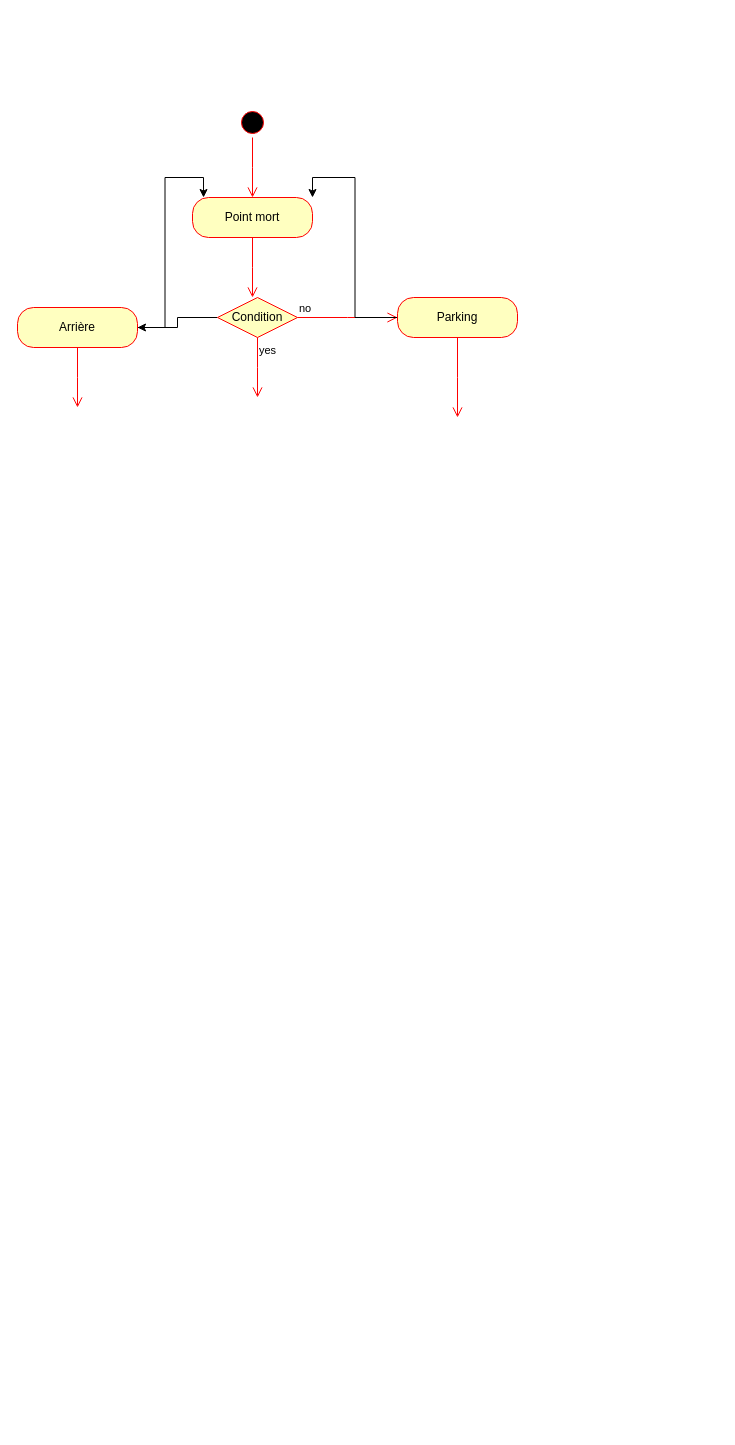
Before: Génie_SF7.drawio in Caporal6/Dump_Genie, a draw.io diagram. Source tidied: cells renumbered, new cells numbered last; positions are measured from the earlier drawing's top-left corner, leaving out a move shared by most shapes. Both pictures are drawn from the tidied source at 100%, with x=0, y=0 at pixel (17, 107).
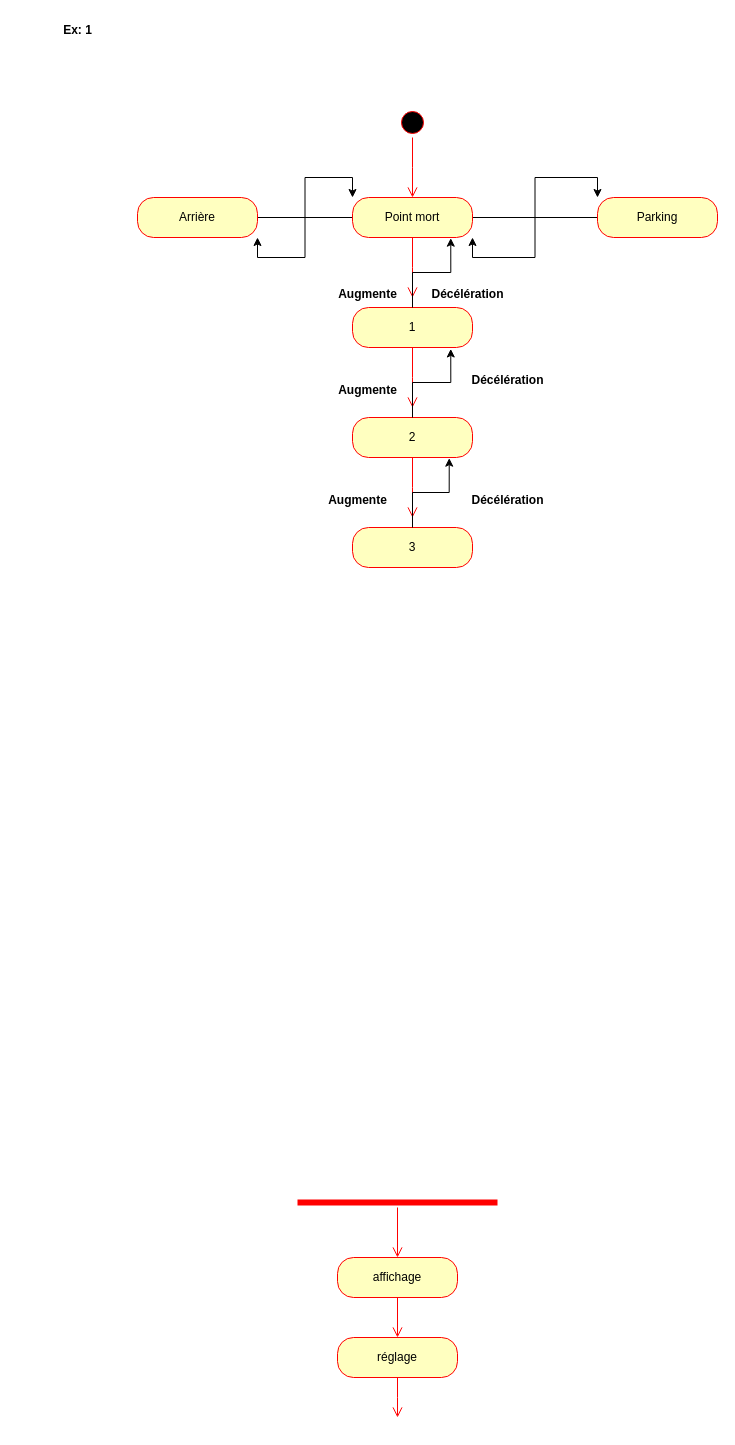
After the change.

Commit message (it also covers changes not shown here):
Mettre à jour Génie_SF7.drawio

Diff of the diagram source:
```diff
@@
     <mxCell id="2" style="ellipse;html=1;shape=startState;fillColor=#000000;strokeColor=#ff0000;" parent="1" vertex="1">
-      <mxGeometry x="220" width="30" height="30" as="geometry" />
+      <mxGeometry x="380" width="30" height="30" as="geometry" />
     </mxCell>
     <mxCell id="3" style="edgeStyle=orthogonalEdgeStyle;html=1;verticalAlign=bottom;endArrow=open;endSize=8;strokeColor=#ff0000;rounded=0;" parent="1" edge="1" source="2">
       <mxGeometry relative="1" as="geometry">
-        <mxPoint x="235" y="90" as="targetPoint" />
+        <mxPoint x="395" y="90" as="targetPoint" />
       </mxGeometry>
     </mxCell>
+    <mxCell id="16" style="edgeStyle=orthogonalEdgeStyle;rounded=0;jettySize=auto;html=1;entryX=1;entryY=1;entryDx=0;entryDy=0;" parent="1" edge="1" source="4" target="14">
+      <mxGeometry relative="1" as="geometry" />
+    </mxCell>
+    <mxCell id="17" style="edgeStyle=orthogonalEdgeStyle;rounded=0;jettySize=auto;html=1;entryX=0;entryY=0;entryDx=0;entryDy=0;" parent="1" edge="1" source="4" target="11">
+      <mxGeometry relative="1" as="geometry" />
+    </mxCell>
     <mxCell id="4" value="Point mort" style="rounded=1;whiteSpace=wrap;html=1;arcSize=40;fontColor=#000000;fillColor=#ffffc0;strokeColor=#ff0000;" parent="1" vertex="1">
-      <mxGeometry x="175" y="90" width="120" height="40" as="geometry" />
+      <mxGeometry x="335" y="90" width="120" height="40" as="geometry" />
     </mxCell>
     <mxCell id="5" style="edgeStyle=orthogonalEdgeStyle;html=1;verticalAlign=bottom;endArrow=open;endSize=8;strokeColor=#ff0000;rounded=0;" parent="1" edge="1" source="4">
       <mxGeometry relative="1" as="geometry">
-        <mxPoint x="235" y="190" as="targetPoint" />
+        <mxPoint x="395" y="190" as="targetPoint" />
       </mxGeometry>
     </mxCell>
-    <mxCell id="6" style="edgeStyle=orthogonalEdgeStyle;rounded=0;jettySize=auto;html=1;" parent="1" edge="1" source="7" target="14">
-      <mxGeometry relative="1" as="geometry" />
-    </mxCell>
-    <mxCell id="7" value="Condition" style="rhombus;whiteSpace=wrap;html=1;fontColor=#000000;fillColor=#ffffc0;strokeColor=#ff0000;" parent="1" vertex="1">
-      <mxGeometry x="200" y="190" width="80" height="40" as="geometry" />
-    </mxCell>
-    <mxCell id="8" value="no" style="edgeStyle=orthogonalEdgeStyle;html=1;align=left;verticalAlign=bottom;endArrow=open;endSize=8;strokeColor=#ff0000;rounded=0;" parent="1" edge="1" source="7">
-      <mxGeometry x="-1" relative="1" as="geometry">
-        <mxPoint x="380" y="210" as="targetPoint" />
-      </mxGeometry>
-    </mxCell>
-    <mxCell id="9" value="yes" style="edgeStyle=orthogonalEdgeStyle;html=1;align=left;verticalAlign=top;endArrow=open;endSize=8;strokeColor=#ff0000;rounded=0;" parent="1" edge="1" source="7">
-      <mxGeometry x="-1" relative="1" as="geometry">
-        <mxPoint x="240" y="290" as="targetPoint" />
-      </mxGeometry>
-    </mxCell>
-    <mxCell id="10" style="edgeStyle=orthogonalEdgeStyle;rounded=0;jettySize=auto;html=1;entryX=1;entryY=0;entryDx=0;entryDy=0;" parent="1" edge="1" source="11" target="4">
+    <mxCell id="10" style="edgeStyle=orthogonalEdgeStyle;rounded=0;jettySize=auto;html=1;entryX=1;entryY=1;entryDx=0;entryDy=0;" parent="1" edge="1" source="11" target="4">
       <mxGeometry relative="1" as="geometry" />
     </mxCell>
     <mxCell id="11" value="Parking" style="rounded=1;whiteSpace=wrap;html=1;arcSize=40;fontColor=#000000;fillColor=#ffffc0;strokeColor=#ff0000;" parent="1" vertex="1">
-      <mxGeometry x="380" y="190" width="120" height="40" as="geometry" />
+      <mxGeometry x="580" y="90" width="120" height="40" as="geometry" />
     </mxCell>
-    <mxCell id="12" style="edgeStyle=orthogonalEdgeStyle;html=1;verticalAlign=bottom;endArrow=open;endSize=8;strokeColor=#ff0000;rounded=0;" parent="1" edge="1" source="11">
-      <mxGeometry relative="1" as="geometry">
-        <mxPoint x="440" y="310" as="targetPoint" />
-      </mxGeometry>
-    </mxCell>
-    <mxCell id="13" style="edgeStyle=orthogonalEdgeStyle;rounded=0;jettySize=auto;html=1;entryX=0.092;entryY=0;entryDx=0;entryDy=0;entryPerimeter=0;" parent="1" edge="1" source="14" target="4">
+    <mxCell id="13" style="edgeStyle=orthogonalEdgeStyle;rounded=0;jettySize=auto;html=1;entryX=0;entryY=0;entryDx=0;entryDy=0;" parent="1" edge="1" source="14" target="4">
       <mxGeometry relative="1" as="geometry" />
     </mxCell>
     <mxCell id="14" value="Arrière" style="rounded=1;whiteSpace=wrap;html=1;arcSize=40;fontColor=#000000;fillColor=#ffffc0;strokeColor=#ff0000;" parent="1" vertex="1">
-      <mxGeometry y="200" width="120" height="40" as="geometry" />
+      <mxGeometry x="120" y="90" width="120" height="40" as="geometry" />
     </mxCell>
-    <mxCell id="15" style="edgeStyle=orthogonalEdgeStyle;html=1;verticalAlign=bottom;endArrow=open;endSize=8;strokeColor=#ff0000;rounded=0;" parent="1" edge="1" source="14">
-      <mxGeometry relative="1" as="geometry">
-        <mxPoint x="60" y="300" as="targetPoint" />
-      </mxGeometry>
-    </mxCell>
+    <mxCell id="18" style="shape=line;html=1;strokeWidth=6;strokeColor=#ff0000;" parent="1" vertex="1">
+      <mxGeometry x="280" y="1090" width="200" height="10" as="geometry" />
+    </mxCell>
+    <mxCell id="19" style="edgeStyle=orthogonalEdgeStyle;html=1;verticalAlign=bottom;endArrow=open;endSize=8;strokeColor=#ff0000;rounded=0;" parent="1" edge="1" source="18" target="20">
+      <mxGeometry relative="1" as="geometry" />
+    </mxCell>
+    <mxCell id="20" value="affichage" style="rounded=1;whiteSpace=wrap;html=1;arcSize=40;fontColor=#000000;fillColor=#ffffc0;strokeColor=#ff0000;" parent="1" vertex="1">
+      <mxGeometry x="320" y="1150" width="120" height="40" as="geometry" />
+    </mxCell>
+    <mxCell id="21" style="edgeStyle=orthogonalEdgeStyle;html=1;verticalAlign=bottom;endArrow=open;endSize=8;strokeColor=#ff0000;rounded=0;" parent="1" edge="1" source="20" target="22">
+      <mxGeometry relative="1" as="geometry" />
+    </mxCell>
+    <mxCell id="22" value="réglage" style="rounded=1;whiteSpace=wrap;html=1;arcSize=40;fontColor=#000000;fillColor=#ffffc0;strokeColor=#ff0000;" parent="1" vertex="1">
+      <mxGeometry x="320" y="1230" width="120" height="40" as="geometry" />
+    </mxCell>
+    <mxCell id="23" style="edgeStyle=orthogonalEdgeStyle;html=1;verticalAlign=bottom;endArrow=open;endSize=8;strokeColor=#ff0000;rounded=0;" parent="1" edge="1" source="22">
+      <mxGeometry relative="1" as="geometry">
+        <mxPoint x="380" y="1310" as="targetPoint" />
+      </mxGeometry>
+    </mxCell>
+    <mxCell id="24" value="Ex: 1" style="text;align=center;fontStyle=1;verticalAlign=middle;spacingLeft=3;spacingRight=3;strokeColor=none;html=1;" parent="1" vertex="1">
+      <mxGeometry x="20" y="-90" width="80" height="26" as="geometry" />
+    </mxCell>
+    <mxCell id="25" value="1" style="rounded=1;whiteSpace=wrap;html=1;arcSize=40;fontColor=#000000;fillColor=#ffffc0;strokeColor=#ff0000;" parent="1" vertex="1">
+      <mxGeometry x="335" y="200" width="120" height="40" as="geometry" />
+    </mxCell>
+    <mxCell id="26" style="edgeStyle=orthogonalEdgeStyle;html=1;verticalAlign=bottom;endArrow=open;endSize=8;strokeColor=#ff0000;rounded=0;" parent="1" edge="1" source="25">
+      <mxGeometry relative="1" as="geometry">
+        <mxPoint x="395" y="300" as="targetPoint" />
+      </mxGeometry>
+    </mxCell>
+    <mxCell id="27" value="2" style="rounded=1;whiteSpace=wrap;html=1;arcSize=40;fontColor=#000000;fillColor=#ffffc0;strokeColor=#ff0000;" parent="1" vertex="1">
+      <mxGeometry x="335" y="310" width="120" height="40" as="geometry" />
+    </mxCell>
+    <mxCell id="28" style="edgeStyle=orthogonalEdgeStyle;html=1;verticalAlign=bottom;endArrow=open;endSize=8;strokeColor=#ff0000;rounded=0;" parent="1" edge="1" source="27">
+      <mxGeometry relative="1" as="geometry">
+        <mxPoint x="395" y="410" as="targetPoint" />
+      </mxGeometry>
+    </mxCell>
+    <mxCell id="29" value="3" style="rounded=1;whiteSpace=wrap;html=1;arcSize=40;fontColor=#000000;fillColor=#ffffc0;strokeColor=#ff0000;" parent="1" vertex="1">
+      <mxGeometry x="335" y="420" width="120" height="40" as="geometry" />
+    </mxCell>
+    <mxCell id="30" style="edgeStyle=orthogonalEdgeStyle;rounded=0;jettySize=auto;html=1;entryX=0.819;entryY=1.017;entryDx=0;entryDy=0;entryPerimeter=0;" parent="1" edge="1" source="25" target="4">
+      <mxGeometry relative="1" as="geometry" />
+    </mxCell>
+    <mxCell id="31" style="edgeStyle=orthogonalEdgeStyle;rounded=0;jettySize=auto;html=1;entryX=0.819;entryY=1.037;entryDx=0;entryDy=0;entryPerimeter=0;" parent="1" edge="1" source="27" target="25">
+      <mxGeometry relative="1" as="geometry" />
+    </mxCell>
+    <mxCell id="32" style="edgeStyle=orthogonalEdgeStyle;rounded=0;jettySize=auto;html=1;entryX=0.806;entryY=1.017;entryDx=0;entryDy=0;entryPerimeter=0;" parent="1" edge="1" source="29" target="27">
+      <mxGeometry relative="1" as="geometry" />
+    </mxCell>
+    <mxCell id="33" value="Augmente" style="text;align=center;fontStyle=1;verticalAlign=middle;spacingLeft=3;spacingRight=3;strokeColor=none;html=1;" parent="1" vertex="1">
+      <mxGeometry x="310" y="174" width="80" height="26" as="geometry" />
+    </mxCell>
+    <mxCell id="34" value="Augmente" style="text;align=center;fontStyle=1;verticalAlign=middle;spacingLeft=3;spacingRight=3;strokeColor=none;html=1;" parent="1" vertex="1">
+      <mxGeometry x="310" y="270" width="80" height="26" as="geometry" />
+    </mxCell>
+    <mxCell id="35" value="Augmente" style="text;align=center;fontStyle=1;verticalAlign=middle;spacingLeft=3;spacingRight=3;strokeColor=none;html=1;" parent="1" vertex="1">
+      <mxGeometry x="300" y="380" width="80" height="26" as="geometry" />
+    </mxCell>
+    <mxCell id="36" value="Décélération" style="text;align=center;fontStyle=1;verticalAlign=middle;spacingLeft=3;spacingRight=3;strokeColor=none;html=1;" parent="1" vertex="1">
+      <mxGeometry x="450" y="380" width="80" height="26" as="geometry" />
+    </mxCell>
+    <mxCell id="37" value="Décélération" style="text;align=center;fontStyle=1;verticalAlign=middle;spacingLeft=3;spacingRight=3;strokeColor=none;html=1;" parent="1" vertex="1">
+      <mxGeometry x="450" y="260" width="80" height="26" as="geometry" />
+    </mxCell>
+    <mxCell id="38" value="Décélération" style="text;align=center;fontStyle=1;verticalAlign=middle;spacingLeft=3;spacingRight=3;strokeColor=none;html=1;" parent="1" vertex="1">
+      <mxGeometry x="410" y="174" width="80" height="26" as="geometry" />
+    </mxCell>
```
